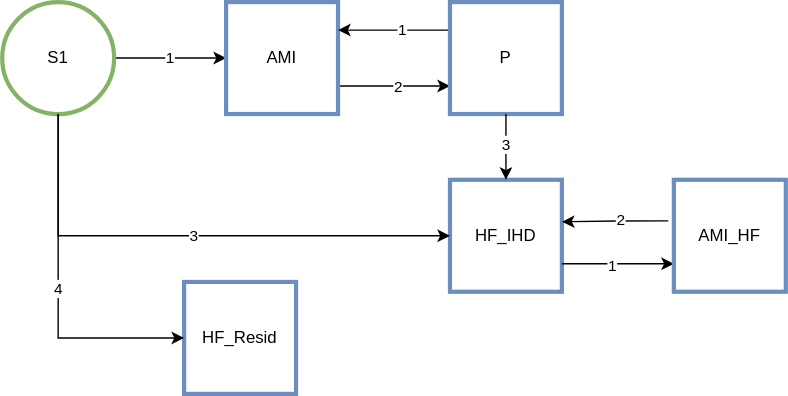
Before: docs/source/models/causes/ischemic_heart_disease/gbd_2019/cause_model_ami_and_hf.svg, a diagram exported from draw.io (ihmeuw/vivarium_research). Source tidied: cells renumbered, new cells last; positions are measured from the earlier drawing's top-left corner, leaving out a move shared by most shapes.
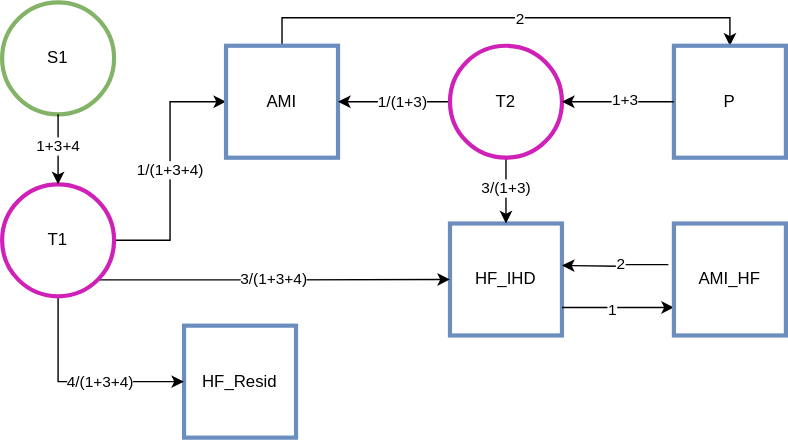
After the change.

Commit message:
Updating IHD cause model to fix probability > 1 failures

Diff of the diagram source:
```diff
@@ -2,13 +2,13 @@
   <root>
     <mxCell id="0" />
     <mxCell id="1" parent="0" />
-    <mxCell id="2" value="1" style="edgeStyle=orthogonalEdgeStyle;rounded=0;jettySize=auto;html=1;exitX=1;exitY=0.5;exitDx=0;exitDy=0;entryX=0;entryY=0.5;entryDx=0;entryDy=0;" parent="1" edge="1" source="3" target="6">
+    <mxCell id="2" value="1/(1+3+4)" style="edgeStyle=orthogonalEdgeStyle;rounded=0;jettySize=auto;html=1;exitX=1;exitY=0.5;exitDx=0;exitDy=0;entryX=0;entryY=0.5;entryDx=0;entryDy=0;" parent="1" edge="1" source="21" target="6">
       <mxGeometry relative="1" as="geometry" />
     </mxCell>
     <mxCell id="3" value="S1" style="ellipse;whiteSpace=wrap;html=1;strokeColor=#82b366;fillColor=none;strokeWidth=3;" parent="1" vertex="1">
-      <mxGeometry width="80" height="80" as="geometry" />
+      <mxGeometry y="-31" width="80" height="80" as="geometry" />
     </mxCell>
-    <mxCell id="4" style="edgeStyle=orthogonalEdgeStyle;rounded=0;jettySize=auto;html=1;exitX=1;exitY=0.75;exitDx=0;exitDy=0;entryX=0;entryY=0.75;entryDx=0;entryDy=0;" parent="1" edge="1" source="6" target="9">
+    <mxCell id="4" style="edgeStyle=orthogonalEdgeStyle;rounded=0;jettySize=auto;html=1;exitX=0.5;exitY=0;exitDx=0;exitDy=0;entryX=0.5;entryY=0;entryDx=0;entryDy=0;" parent="1" edge="1" source="6" target="9">
       <mxGeometry relative="1" as="geometry" />
     </mxCell>
     <mxCell id="5" value="2" style="edgeLabel;html=1;align=center;verticalAlign=middle;" parent="4" vertex="1">
@@ -17,19 +17,19 @@
     <mxCell id="6" value="AMI" style="whiteSpace=wrap;html=1;strokeColor=#6c8ebf;fillColor=none;strokeWidth=3;" parent="1" vertex="1">
       <mxGeometry x="160" width="80" height="80" as="geometry" />
     </mxCell>
-    <mxCell id="7" style="edgeStyle=orthogonalEdgeStyle;rounded=0;jettySize=auto;html=1;exitX=0;exitY=0.25;exitDx=0;exitDy=0;entryX=1;entryY=0.25;entryDx=0;entryDy=0;" parent="1" edge="1" source="9" target="6">
+    <mxCell id="7" style="edgeStyle=orthogonalEdgeStyle;rounded=0;jettySize=auto;html=1;exitX=0;exitY=0.5;exitDx=0;exitDy=0;entryX=1;entryY=0.5;entryDx=0;entryDy=0;" parent="1" edge="1" source="24" target="6">
       <mxGeometry relative="1" as="geometry" />
     </mxCell>
-    <mxCell id="8" value="1" style="edgeLabel;html=1;align=center;verticalAlign=middle;" parent="7" vertex="1">
+    <mxCell id="8" value="1/(1+3)" style="edgeLabel;html=1;align=center;verticalAlign=middle;" parent="7" vertex="1">
       <mxGeometry x="-0.12" y="-1" relative="1" as="geometry" />
     </mxCell>
     <mxCell id="9" value="&lt;div&gt;P&lt;/div&gt;" style="whiteSpace=wrap;html=1;strokeColor=#6c8ebf;fillColor=none;strokeWidth=3;" parent="1" vertex="1">
-      <mxGeometry x="320" width="80" height="80" as="geometry" />
+      <mxGeometry x="480" width="80" height="80" as="geometry" />
     </mxCell>
     <mxCell id="10" value="&lt;div&gt;HF_IHD&lt;/div&gt;" style="whiteSpace=wrap;html=1;strokeColor=#6c8ebf;fillColor=none;strokeWidth=3;" parent="1" vertex="1">
       <mxGeometry x="320" y="127" width="80" height="80" as="geometry" />
     </mxCell>
-    <mxCell id="11" value="3" style="edgeStyle=orthogonalEdgeStyle;rounded=0;jettySize=auto;html=1;exitX=0.5;exitY=1;exitDx=0;exitDy=0;entryX=0;entryY=0.5;entryDx=0;entryDy=0;" parent="1" edge="1" source="3" target="10">
+    <mxCell id="11" value="3/(1+3+4)" style="edgeStyle=orthogonalEdgeStyle;rounded=0;jettySize=auto;html=1;exitX=1;exitY=1;exitDx=0;exitDy=0;entryX=0;entryY=0.5;entryDx=0;entryDy=0;" parent="1" edge="1" source="21" target="10">
       <mxGeometry relative="1" as="geometry" />
     </mxCell>
     <mxCell id="12" style="edgeStyle=orthogonalEdgeStyle;rounded=0;jettySize=auto;html=1;exitX=1;exitY=0.75;exitDx=0;exitDy=0;entryX=0;entryY=0.75;entryDx=0;entryDy=0;" parent="1" edge="1" source="10" target="16">
@@ -49,22 +49,43 @@
     <mxCell id="16" value="AMI_HF" style="whiteSpace=wrap;html=1;strokeColor=#6c8ebf;fillColor=none;strokeWidth=3;" parent="1" vertex="1">
       <mxGeometry x="480" y="127" width="80" height="80" as="geometry" />
     </mxCell>
-    <mxCell id="17" style="edgeStyle=orthogonalEdgeStyle;rounded=0;jettySize=auto;html=1;exitX=0.5;exitY=1;exitDx=0;exitDy=0;entryX=0.5;entryY=0;entryDx=0;entryDy=0;" parent="1" edge="1" source="9" target="10">
+    <mxCell id="17" style="edgeStyle=orthogonalEdgeStyle;rounded=0;jettySize=auto;html=1;exitX=0.5;exitY=1;exitDx=0;exitDy=0;entryX=0.5;entryY=0;entryDx=0;entryDy=0;" parent="1" edge="1" source="24" target="10">
       <mxGeometry relative="1" as="geometry" />
     </mxCell>
-    <mxCell id="18" value="3" style="edgeLabel;html=1;align=center;verticalAlign=middle;" parent="17" vertex="1">
+    <mxCell id="18" value="3/(1+3)" style="edgeLabel;html=1;align=center;verticalAlign=middle;" parent="17" vertex="1">
       <mxGeometry x="-0.12" y="-1" relative="1" as="geometry" />
     </mxCell>
     <mxCell id="19" value="&lt;div&gt;HF_Resid&lt;/div&gt;" style="whiteSpace=wrap;html=1;strokeColor=#6c8ebf;fillColor=none;strokeWidth=3;" parent="1" vertex="1">
       <mxGeometry x="130" y="200" width="80" height="80" as="geometry" />
     </mxCell>
-    <mxCell id="20" value="4" style="edgeStyle=orthogonalEdgeStyle;rounded=0;jettySize=auto;html=1;entryX=0;entryY=0.5;entryDx=0;entryDy=0;" parent="1" edge="1" target="19">
-      <mxGeometry relative="1" as="geometry">
-        <mxPoint x="40" y="80" as="sourcePoint" />
+    <mxCell id="20" value="4/(1+3+4)" style="edgeStyle=orthogonalEdgeStyle;rounded=0;jettySize=auto;html=1;entryX=0;entryY=0.5;entryDx=0;entryDy=0;exitX=0.5;exitY=1;exitDx=0;exitDy=0;" parent="1" edge="1" source="21" target="19">
+      <mxGeometry x="0.2" relative="1" as="geometry">
         <Array as="points">
           <mxPoint x="40" y="240" />
         </Array>
       </mxGeometry>
     </mxCell>
+    <mxCell id="21" value="T1" style="ellipse;whiteSpace=wrap;html=1;strokeColor=#cf20b8;fillColor=none;strokeWidth=3;" parent="1" vertex="1">
+      <mxGeometry y="99" width="80" height="80" as="geometry" />
+    </mxCell>
+    <mxCell id="22" style="edgeStyle=orthogonalEdgeStyle;rounded=0;jettySize=auto;html=1;exitX=0.5;exitY=1;exitDx=0;exitDy=0;" parent="1" edge="1" source="3">
+      <mxGeometry relative="1" as="geometry">
+        <mxPoint x="40" y="99" as="targetPoint" />
+      </mxGeometry>
+    </mxCell>
+    <mxCell id="23" value="1+3+4" style="edgeLabel;html=1;align=center;verticalAlign=middle;" parent="22" vertex="1">
+      <mxGeometry x="-0.12" y="-1" relative="1" as="geometry" />
+    </mxCell>
+    <mxCell id="24" value="T2" style="ellipse;whiteSpace=wrap;html=1;strokeColor=#cf20b8;fillColor=none;strokeWidth=3;" parent="1" vertex="1">
+      <mxGeometry x="320" width="80" height="80" as="geometry" />
+    </mxCell>
+    <mxCell id="25" style="edgeStyle=orthogonalEdgeStyle;rounded=0;jettySize=auto;html=1;exitX=0;exitY=0.5;exitDx=0;exitDy=0;" parent="1" edge="1" source="9">
+      <mxGeometry relative="1" as="geometry">
+        <mxPoint x="400" y="40" as="targetPoint" />
+      </mxGeometry>
+    </mxCell>
+    <mxCell id="26" value="1+3" style="edgeLabel;html=1;align=center;verticalAlign=middle;" parent="25" vertex="1">
+      <mxGeometry x="-0.12" y="-1" relative="1" as="geometry" />
+    </mxCell>
   </root>
 </mxGraphModel>
```
